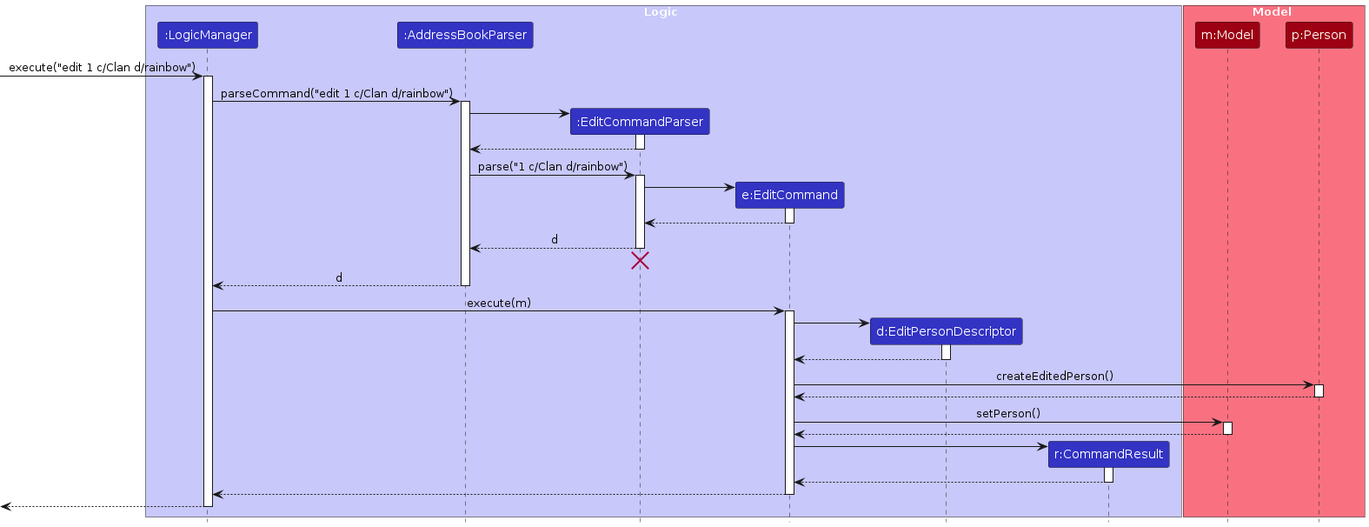
Above: diagrams/EditSequenceDiagram.png in HongRay/tp (PlantUML), before the change. Its source is kept beside it as diagrams/EditSequenceDiagram.puml.
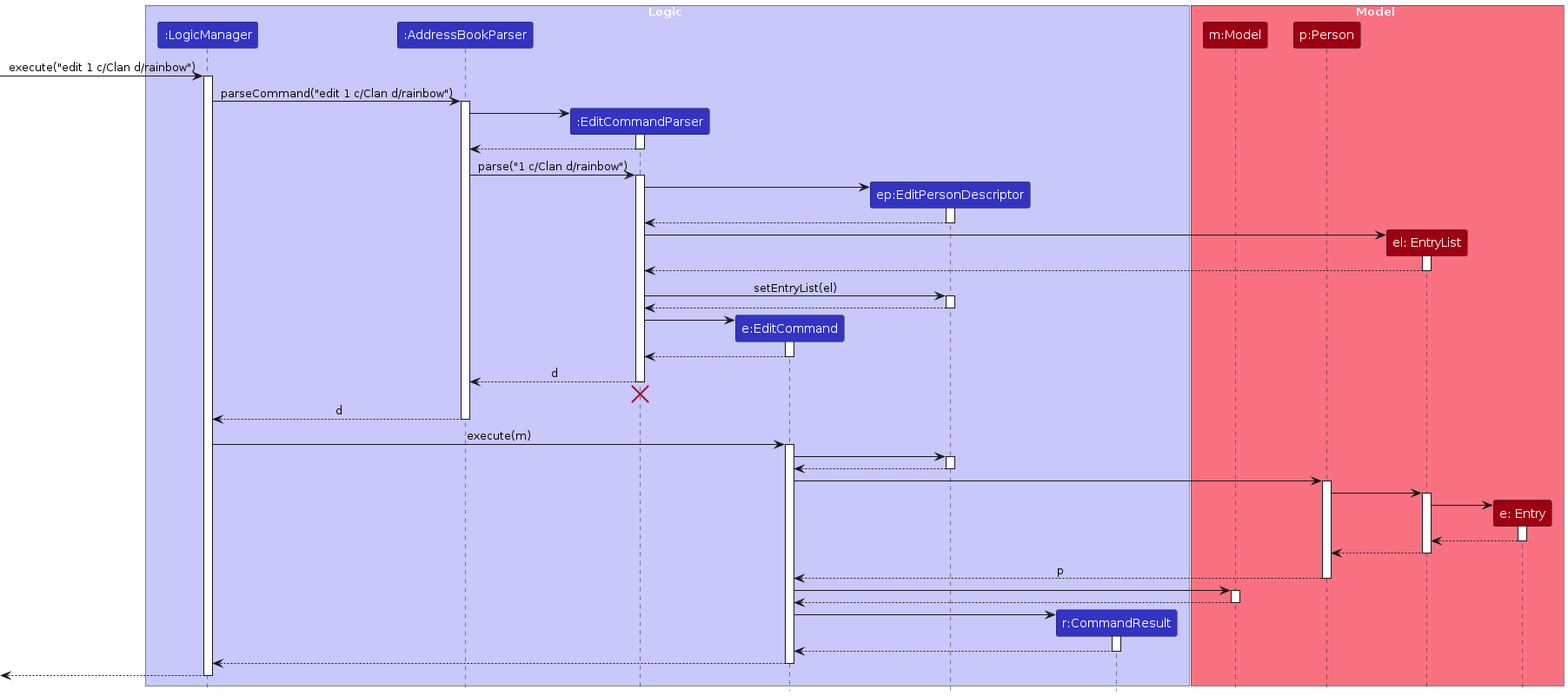
The same file after the commit.

What changed in the source:
```diff
@@ -7,13 +7,15 @@
 participant ":AddressBookParser" as AddressBookParser LOGIC_COLOR
 participant ":EditCommandParser" as EditCommandParser LOGIC_COLOR
 participant "e:EditCommand" as EditCommand LOGIC_COLOR
-participant "d:EditPersonDescriptor" as EditPersonDescriptor LOGIC_COLOR
+participant "ep:EditPersonDescriptor" as EditPersonDescriptor LOGIC_COLOR
 participant "r:CommandResult" as CommandResult LOGIC_COLOR
 end box
 
 box Model MODEL_COLOR_T1
 participant "m:Model" as Model MODEL_COLOR
 participant "p:Person" as Person MODEL_COLOR
+participant "el: EntryList" as entryList MODEL_COLOR
+participant "e: Entry" as Entry MODEL_COLOR
 end box
 
 [-> LogicManager : execute("edit 1 c/Clan d/rainbow")
@@ -31,6 +33,23 @@
 
 AddressBookParser -> EditCommandParser : parse("1 c/Clan d/rainbow")
 activate EditCommandParser
+
+create EditPersonDescriptor
+EditCommandParser -> EditPersonDescriptor
+activate EditPersonDescriptor
+EditPersonDescriptor --> EditCommandParser
+deactivate
+
+create entryList
+EditCommandParser -> entryList
+activate entryList
+entryList --> EditCommandParser
+deactivate
+
+EditCommandParser -> EditPersonDescriptor : setEntryList(el)
+activate EditPersonDescriptor
+EditPersonDescriptor --> EditCommandParser
+deactivate
 
 create EditCommand
 EditCommandParser -> EditCommand
@@ -50,21 +69,29 @@
 LogicManager -> EditCommand : execute(m)
 activate EditCommand
 
-create EditPersonDescriptor
 EditCommand -> EditPersonDescriptor
 activate EditPersonDescriptor
 
 EditPersonDescriptor --> EditCommand
 deactivate EditPersonDescriptor
 
-
-EditCommand -> Person : createEditedPerson()
+EditCommand -> Person
 activate Person
 
-Person --> EditCommand
+Person -> entryList
+activate entryList
+create Entry
+entryList -> Entry
+activate Entry
+Entry --> entryList
+deactivate
+entryList --> Person
+deactivate
+
+Person --> EditCommand : p
 deactivate Person
 
-EditCommand -> Model : setPerson()
+EditCommand -> Model
 activate Model
 
 Model --> EditCommand
```
